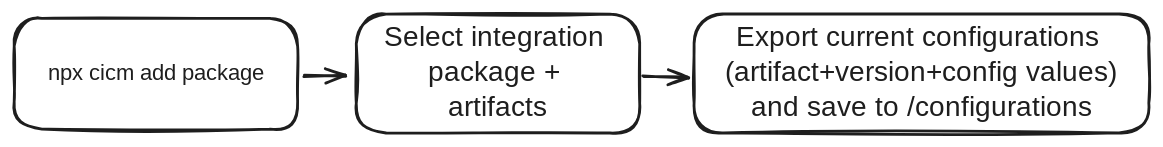
The Excalidraw diagram docs/add.excalidraw.svg in tswymer/scicm, before a commit. Source tidied: one line per element, renumbered; positions are measured from the earlier drawing's top-left corner, leaving out a move shared by most shapes. Its diagram source:
```json
{"id": 0, "type": "rectangle", "strokeColor": "#1e1e1e", "strokeWidth": 2, "roughness": 1, "round": true, "x": 0, "y": 3, "width": 203, "height": 79}
{"id": 1, "type": "text", "text": "npx cicm add package", "strokeColor": "#1e1e1e", "strokeWidth": 2, "roughness": 1, "fontSize": 16, "fontFamily": 1, "textAlign": "center", "verticalAlign": "middle", "inside": 0, "x": 17, "y": 33, "width": 169, "height": 20}
{"id": 2, "type": "rectangle", "strokeColor": "#1e1e1e", "strokeWidth": 2, "roughness": 1, "round": true, "x": 244, "y": 0, "width": 203, "height": 85}
{"id": 3, "type": "text", "text": "Select integration \npackage + \nartifacts", "strokeColor": "#1e1e1e", "strokeWidth": 2, "roughness": 1, "fontSize": 20, "fontFamily": 1, "textAlign": "center", "verticalAlign": "middle", "inside": 2, "x": 253, "y": 5, "width": 185, "height": 75}
{"id": 4, "type": "arrow", "strokeColor": "#1e1e1e", "strokeWidth": 2, "roughness": 1, "endArrowhead": "arrow", "round": true, "from": 0, "to": 2, "x": 207, "y": 44, "width": 30, "height": 0, "points": [[0, 0], [30, 0]]}
{"id": 5, "type": "rectangle", "strokeColor": "#1e1e1e", "strokeWidth": 2, "roughness": 1, "round": true, "x": 486, "y": 0, "width": 325, "height": 85}
{"id": 6, "type": "text", "text": "Export current configurations \n(artifact+version+config values)\nand save to /configurations", "strokeColor": "#1e1e1e", "strokeWidth": 2, "roughness": 1, "fontSize": 20, "fontFamily": 1, "textAlign": "center", "verticalAlign": "middle", "inside": 5, "x": 491, "y": 5, "width": 315, "height": 75}
{"id": 7, "type": "arrow", "strokeColor": "#1e1e1e", "strokeWidth": 2, "roughness": 1, "endArrowhead": "arrow", "round": true, "from": 2, "to": 5, "x": 450, "y": 45, "width": 31, "height": 0, "points": [[0, 0], [31, 0]]}
```
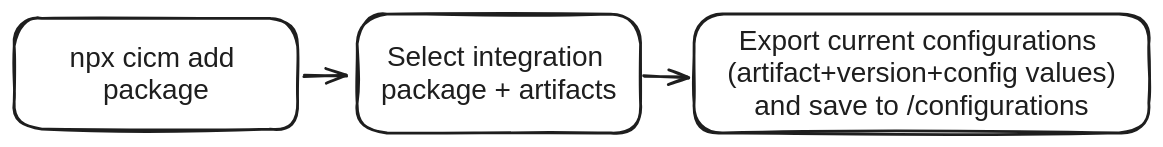
After the change.

Diff of the diagram source:
```diff
@@ -1,8 +1,8 @@
 {"id": 0, "type": "rectangle", "strokeColor": "#1e1e1e", "strokeWidth": 2, "roughness": 1, "round": true, "x": 0, "y": 3, "width": 203, "height": 79}
-{"id": 1, "type": "text", "text": "npx cicm add package", "strokeColor": "#1e1e1e", "strokeWidth": 2, "roughness": 1, "fontSize": 16, "fontFamily": 1, "textAlign": "center", "verticalAlign": "middle", "inside": 0, "x": 17, "y": 33, "width": 169, "height": 20}
+{"id": 1, "type": "text", "text": "npx cicm add \npackage", "strokeColor": "#1e1e1e", "strokeWidth": 2, "roughness": 1, "fontSize": 20, "fontFamily": 2, "textAlign": "center", "verticalAlign": "middle", "inside": 0, "x": 40, "y": 20, "width": 123, "height": 46}
-{"id": 2, "type": "rectangle", "strokeColor": "#1e1e1e", "strokeWidth": 2, "roughness": 1, "round": true, "x": 244, "y": 0, "width": 203, "height": 85}
+{"id": 2, "type": "rectangle", "strokeColor": "#1e1e1e", "strokeWidth": 2, "roughness": 1, "round": true, "x": 245, "y": 0, "width": 203, "height": 85}
-{"id": 3, "type": "text", "text": "Select integration \npackage + \nartifacts", "strokeColor": "#1e1e1e", "strokeWidth": 2, "roughness": 1, "fontSize": 20, "fontFamily": 1, "textAlign": "center", "verticalAlign": "middle", "inside": 2, "x": 253, "y": 5, "width": 185, "height": 75}
+{"id": 3, "type": "text", "text": "Select integration \npackage + artifacts", "strokeColor": "#1e1e1e", "strokeWidth": 2, "roughness": 1, "fontSize": 20, "fontFamily": 2, "textAlign": "center", "verticalAlign": "middle", "inside": 2, "x": 262, "y": 20, "width": 168, "height": 46}
-{"id": 4, "type": "arrow", "strokeColor": "#1e1e1e", "strokeWidth": 2, "roughness": 1, "endArrowhead": "arrow", "round": true, "from": 0, "to": 2, "x": 207, "y": 44, "width": 30, "height": 0, "points": [[0, 0], [30, 0]]}
+{"id": 4, "type": "arrow", "strokeColor": "#1e1e1e", "strokeWidth": 2, "roughness": 1, "endArrowhead": "arrow", "round": true, "from": 0, "to": 2, "x": 207, "y": 44, "width": 31, "height": 0, "points": [[0, 0], [31, 0]]}
 {"id": 5, "type": "rectangle", "strokeColor": "#1e1e1e", "strokeWidth": 2, "roughness": 1, "round": true, "x": 486, "y": 0, "width": 325, "height": 85}
-{"id": 6, "type": "text", "text": "Export current configurations \n(artifact+version+config values)\nand save to /configurations", "strokeColor": "#1e1e1e", "strokeWidth": 2, "roughness": 1, "fontSize": 20, "fontFamily": 1, "textAlign": "center", "verticalAlign": "middle", "inside": 5, "x": 491, "y": 5, "width": 315, "height": 75}
+{"id": 6, "type": "text", "text": "Export current configurations \n(artifact+version+config values)\nand save to /configurations", "strokeColor": "#1e1e1e", "strokeWidth": 2, "roughness": 1, "fontSize": 20, "fontFamily": 2, "textAlign": "center", "verticalAlign": "middle", "inside": 5, "x": 509, "y": 8, "width": 278, "height": 69}
 {"id": 7, "type": "arrow", "strokeColor": "#1e1e1e", "strokeWidth": 2, "roughness": 1, "endArrowhead": "arrow", "round": true, "from": 2, "to": 5, "x": 450, "y": 45, "width": 31, "height": 0, "points": [[0, 0], [31, 0]]}
```
